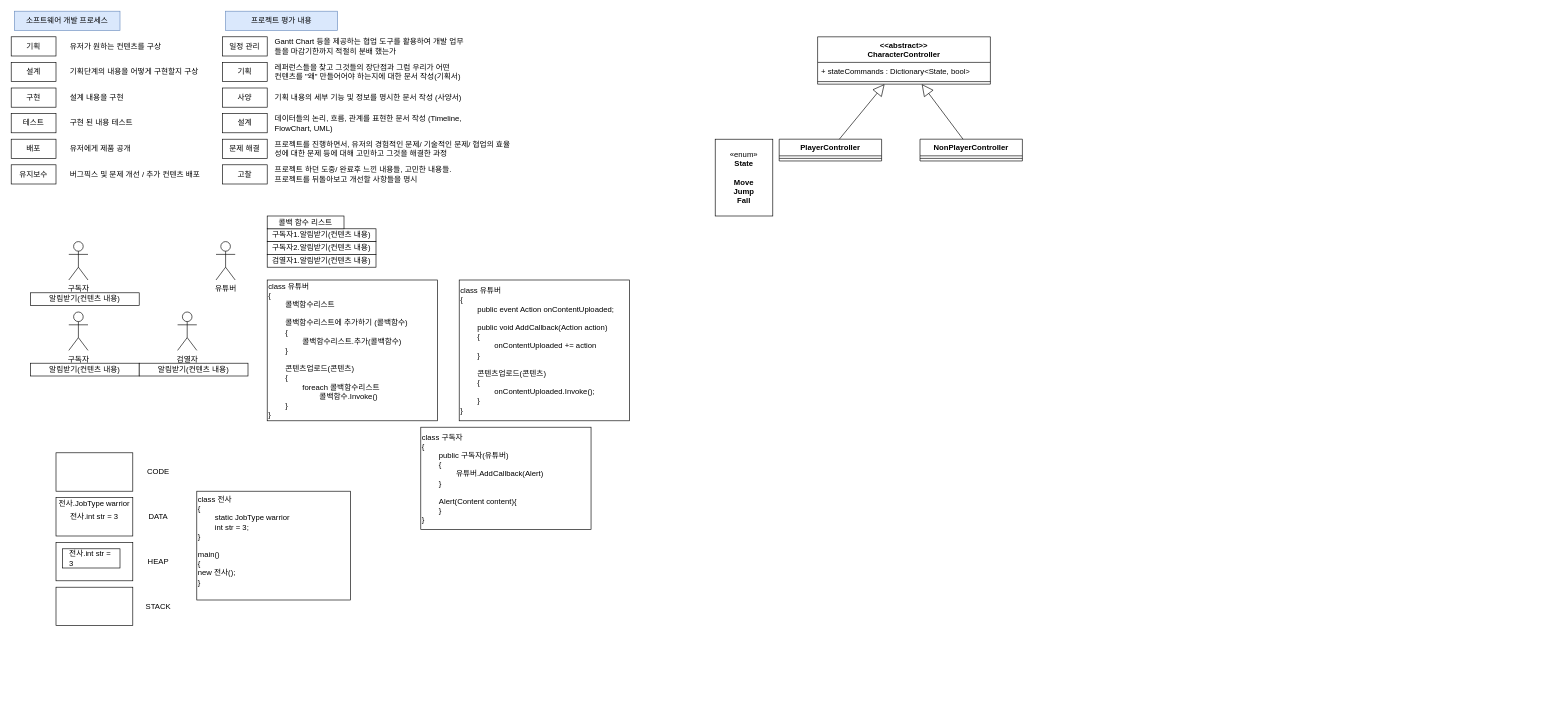
The draw.io diagram ProjectProcess.drawio in luke-youngmin-cho/ETL_Unity10th, before the edit. Source tidied: cells renumbered, new cells numbered last; positions are measured from the earlier drawing's top-left corner, leaving out a move shared by most shapes. Both pictures are drawn from the tidied source at 64%, with x=0, y=0 at pixel (11, 11).
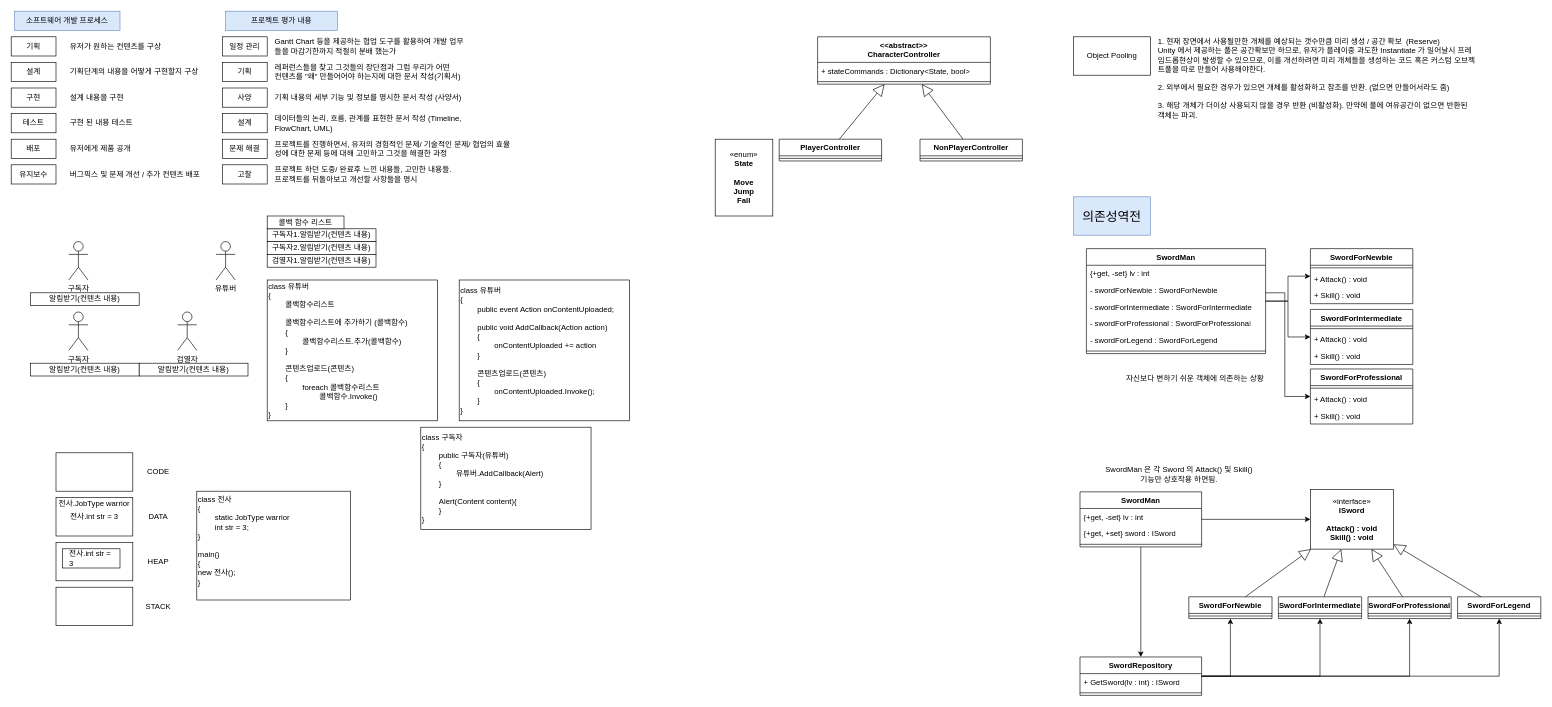
The same diagram, later.

Change to the diagram source:
```diff
@@
+    <mxCell id="65" value="Object Pooling" style="rounded=0;whiteSpace=wrap;html=1;" parent="1" vertex="1">
+      <mxGeometry x="1660" y="40" width="120" height="60" as="geometry" />
+    </mxCell>
+    <mxCell id="66" value="1. 현재 장면에서 사용될만한 개체를 예상되는 갯수만큼 미리 생성 / 공간 확보&amp;nbsp; (Reserve)&lt;div&gt;Unity 에서 제공하는 풀은 공간확보만 하므로, 유저가 플레이중 과도한 Instantiate 가 일어날시 프레임드롭현상이 발생할 수 있으므로, 이를 개선하려면 미리 개체들을 생성하는 코드 혹은 커스텀 오브젝트풀을 따로 만들어 사용해야한다.&lt;/div&gt;&lt;div&gt;&lt;br&gt;&lt;div&gt;2. 외부에서 필요한 경우가 있으면 개체를 활성화하고 참조를 반환. (없으면 만들어서라도 줌)&lt;/div&gt;&lt;div&gt;&lt;br&gt;&lt;/div&gt;&lt;div&gt;3. 해당 개체가 더이상 사용되지 않을 경우 반환 (비활성화). 만약에 풀에 여유공간이 없으면 반환된 객체는 파괴.&lt;/div&gt;&lt;/div&gt;" style="text;html=1;align=left;verticalAlign=middle;whiteSpace=wrap;rounded=0;" parent="1" vertex="1">
+      <mxGeometry x="1790" y="40" width="500" height="130" as="geometry" />
+    </mxCell>
+    <mxCell id="67" style="edgeStyle=orthogonalEdgeStyle;rounded=0;jettySize=auto;html=1;" parent="1" edge="1" source="70" target="77">
+      <mxGeometry relative="1" as="geometry" />
+    </mxCell>
+    <mxCell id="68" style="edgeStyle=orthogonalEdgeStyle;rounded=0;jettySize=auto;html=1;" parent="1" edge="1" source="70" target="81">
+      <mxGeometry relative="1" as="geometry" />
+    </mxCell>
+    <mxCell id="69" style="edgeStyle=orthogonalEdgeStyle;rounded=0;jettySize=auto;html=1;" parent="1" edge="1" source="70" target="85">
+      <mxGeometry relative="1" as="geometry">
+        <Array as="points">
+          <mxPoint x="1990" y="440" />
+          <mxPoint x="1990" y="602" />
+        </Array>
+      </mxGeometry>
+    </mxCell>
+    <mxCell id="70" value="SwordMan" style="swimlane;fontStyle=1;align=center;verticalAlign=top;horizontal=1;startSize=26;whiteSpace=wrap;html=1;" parent="1" vertex="1">
+      <mxGeometry x="1680" y="371" width="280" height="164" as="geometry" />
+    </mxCell>
+    <mxCell id="71" value="{+get, -set} lv : int" style="text;strokeColor=none;fillColor=none;align=left;verticalAlign=top;spacingLeft=4;spacingRight=4;overflow=hidden;whiteSpace=wrap;html=1;" parent="70" vertex="1">
+      <mxGeometry y="26" width="280" height="26" as="geometry" />
+    </mxCell>
+    <mxCell id="72" value="- swordForNewbie : SwordForNewbie" style="text;strokeColor=none;fillColor=none;align=left;verticalAlign=top;spacingLeft=4;spacingRight=4;overflow=hidden;whiteSpace=wrap;html=1;" parent="70" vertex="1">
+      <mxGeometry y="52" width="280" height="26" as="geometry" />
+    </mxCell>
+    <mxCell id="73" value="- swordForIntermediate : SwordForIntermediate" style="text;strokeColor=none;fillColor=none;align=left;verticalAlign=top;spacingLeft=4;spacingRight=4;overflow=hidden;whiteSpace=wrap;html=1;" parent="70" vertex="1">
+      <mxGeometry y="78" width="280" height="26" as="geometry" />
+    </mxCell>
+    <mxCell id="74" value="- swordForProfessional : SwordForProfessional" style="text;strokeColor=none;fillColor=none;align=left;verticalAlign=top;spacingLeft=4;spacingRight=4;overflow=hidden;whiteSpace=wrap;html=1;" parent="70" vertex="1">
+      <mxGeometry y="104" width="280" height="26" as="geometry" />
+    </mxCell>
+    <mxCell id="75" value="- swordForLegend : SwordForLegend" style="text;strokeColor=none;fillColor=none;align=left;verticalAlign=top;spacingLeft=4;spacingRight=4;overflow=hidden;whiteSpace=wrap;html=1;" parent="70" vertex="1">
+      <mxGeometry y="130" width="280" height="26" as="geometry" />
+    </mxCell>
+    <mxCell id="76" style="line;strokeWidth=1;fillColor=none;align=left;verticalAlign=middle;spacingTop=-1;spacingLeft=3;spacingRight=3;labelPosition=right;strokeColor=inherit;" parent="70" vertex="1">
+      <mxGeometry y="156" width="280" height="8" as="geometry" />
+    </mxCell>
+    <mxCell id="77" value="SwordForNewbie" style="swimlane;fontStyle=1;align=center;verticalAlign=top;horizontal=1;startSize=26;whiteSpace=wrap;html=1;" parent="1" vertex="1">
+      <mxGeometry x="2030" y="371" width="160" height="86" as="geometry" />
+    </mxCell>
+    <mxCell id="78" style="line;strokeWidth=1;fillColor=none;align=left;verticalAlign=middle;spacingTop=-1;spacingLeft=3;spacingRight=3;labelPosition=right;strokeColor=inherit;" parent="77" vertex="1">
+      <mxGeometry y="26" width="160" height="8" as="geometry" />
+    </mxCell>
+    <mxCell id="79" value="+ Attack() : void" style="text;strokeColor=none;fillColor=none;align=left;verticalAlign=top;spacingLeft=4;spacingRight=4;overflow=hidden;whiteSpace=wrap;html=1;" parent="77" vertex="1">
+      <mxGeometry y="34" width="160" height="26" as="geometry" />
+    </mxCell>
+    <mxCell id="80" value="+ Skill() : void" style="text;strokeColor=none;fillColor=none;align=left;verticalAlign=top;spacingLeft=4;spacingRight=4;overflow=hidden;whiteSpace=wrap;html=1;" parent="77" vertex="1">
+      <mxGeometry y="60" width="160" height="26" as="geometry" />
+    </mxCell>
+    <mxCell id="81" value="SwordForIntermediate" style="swimlane;fontStyle=1;align=center;verticalAlign=top;horizontal=1;startSize=26;whiteSpace=wrap;html=1;" parent="1" vertex="1">
+      <mxGeometry x="2030" y="466" width="160" height="86" as="geometry" />
+    </mxCell>
+    <mxCell id="82" style="line;strokeWidth=1;fillColor=none;align=left;verticalAlign=middle;spacingTop=-1;spacingLeft=3;spacingRight=3;labelPosition=right;strokeColor=inherit;" parent="81" vertex="1">
+      <mxGeometry y="26" width="160" height="8" as="geometry" />
+    </mxCell>
+    <mxCell id="83" value="+ Attack() : void" style="text;strokeColor=none;fillColor=none;align=left;verticalAlign=top;spacingLeft=4;spacingRight=4;overflow=hidden;whiteSpace=wrap;html=1;" parent="81" vertex="1">
+      <mxGeometry y="34" width="160" height="26" as="geometry" />
+    </mxCell>
+    <mxCell id="84" value="+ Skill() : void" style="text;strokeColor=none;fillColor=none;align=left;verticalAlign=top;spacingLeft=4;spacingRight=4;overflow=hidden;whiteSpace=wrap;html=1;" parent="81" vertex="1">
+      <mxGeometry y="60" width="160" height="26" as="geometry" />
+    </mxCell>
+    <mxCell id="85" value="SwordForProfessional" style="swimlane;fontStyle=1;align=center;verticalAlign=top;horizontal=1;startSize=26;whiteSpace=wrap;html=1;" parent="1" vertex="1">
+      <mxGeometry x="2030" y="559" width="160" height="86" as="geometry" />
+    </mxCell>
+    <mxCell id="86" style="line;strokeWidth=1;fillColor=none;align=left;verticalAlign=middle;spacingTop=-1;spacingLeft=3;spacingRight=3;labelPosition=right;strokeColor=inherit;" parent="85" vertex="1">
+      <mxGeometry y="26" width="160" height="8" as="geometry" />
+    </mxCell>
+    <mxCell id="87" value="+ Attack() : void" style="text;strokeColor=none;fillColor=none;align=left;verticalAlign=top;spacingLeft=4;spacingRight=4;overflow=hidden;whiteSpace=wrap;html=1;" parent="85" vertex="1">
+      <mxGeometry y="34" width="160" height="26" as="geometry" />
+    </mxCell>
+    <mxCell id="88" value="+ Skill() : void" style="text;strokeColor=none;fillColor=none;align=left;verticalAlign=top;spacingLeft=4;spacingRight=4;overflow=hidden;whiteSpace=wrap;html=1;" parent="85" vertex="1">
+      <mxGeometry y="60" width="160" height="26" as="geometry" />
+    </mxCell>
+    <mxCell id="89" value="자신보다 변하기 쉬운 객체에 의존하는 상황" style="text;html=1;align=center;verticalAlign=middle;whiteSpace=wrap;rounded=0;" parent="1" vertex="1">
+      <mxGeometry x="1720" y="559" width="260" height="30" as="geometry" />
+    </mxCell>
+    <mxCell id="90" value="SwordMan 은 각 Sword 의 Attack() 및 Skill()&lt;div&gt;기능만 상호작용 하면됨.&lt;/div&gt;" style="text;html=1;align=center;verticalAlign=middle;whiteSpace=wrap;rounded=0;" parent="1" vertex="1">
+      <mxGeometry x="1690" y="700" width="270" height="47.5" as="geometry" />
+    </mxCell>
+    <mxCell id="91" value="«interface»&lt;br&gt;&lt;b&gt;ISword&lt;/b&gt;&lt;div&gt;&lt;b&gt;&lt;br&gt;&lt;/b&gt;&lt;/div&gt;&lt;div&gt;&lt;b&gt;Attack() : void&lt;/b&gt;&lt;/div&gt;&lt;div&gt;&lt;b&gt;Skill() : void&lt;/b&gt;&lt;/div&gt;" style="html=1;whiteSpace=wrap;" parent="1" vertex="1">
+      <mxGeometry x="2030" y="747.5" width="130" height="93" as="geometry" />
+    </mxCell>
+    <mxCell id="92" value="SwordForNewbie" style="swimlane;fontStyle=1;align=center;verticalAlign=top;horizontal=1;startSize=26;whiteSpace=wrap;html=1;" parent="1" vertex="1">
+      <mxGeometry x="1840" y="915" width="130" height="34" as="geometry" />
+    </mxCell>
+    <mxCell id="93" style="line;strokeWidth=1;fillColor=none;align=left;verticalAlign=middle;spacingTop=-1;spacingLeft=3;spacingRight=3;labelPosition=right;strokeColor=inherit;" parent="92" vertex="1">
+      <mxGeometry y="26" width="130" height="8" as="geometry" />
+    </mxCell>
+    <mxCell id="94" style="endArrow=block;endSize=16;endFill=0;html=1;rounded=0;" parent="1" edge="1" source="92" target="91">
+      <mxGeometry relative="1" as="geometry" />
+    </mxCell>
+    <mxCell id="95" value="SwordForIntermediate" style="swimlane;fontStyle=1;align=center;verticalAlign=top;horizontal=1;startSize=26;whiteSpace=wrap;html=1;" parent="1" vertex="1">
+      <mxGeometry x="1980" y="915" width="130" height="34" as="geometry" />
+    </mxCell>
+    <mxCell id="96" style="line;strokeWidth=1;fillColor=none;align=left;verticalAlign=middle;spacingTop=-1;spacingLeft=3;spacingRight=3;labelPosition=right;strokeColor=inherit;" parent="95" vertex="1">
+      <mxGeometry y="26" width="130" height="8" as="geometry" />
+    </mxCell>
+    <mxCell id="97" value="SwordForProfessional" style="swimlane;fontStyle=1;align=center;verticalAlign=top;horizontal=1;startSize=26;whiteSpace=wrap;html=1;" parent="1" vertex="1">
+      <mxGeometry x="2120" y="915" width="130" height="34" as="geometry" />
+    </mxCell>
+    <mxCell id="98" style="line;strokeWidth=1;fillColor=none;align=left;verticalAlign=middle;spacingTop=-1;spacingLeft=3;spacingRight=3;labelPosition=right;strokeColor=inherit;" parent="97" vertex="1">
+      <mxGeometry y="26" width="130" height="8" as="geometry" />
+    </mxCell>
+    <mxCell id="99" value="SwordForLegend" style="swimlane;fontStyle=1;align=center;verticalAlign=top;horizontal=1;startSize=26;whiteSpace=wrap;html=1;" parent="1" vertex="1">
+      <mxGeometry x="2260" y="915" width="130" height="34" as="geometry" />
+    </mxCell>
+    <mxCell id="100" style="line;strokeWidth=1;fillColor=none;align=left;verticalAlign=middle;spacingTop=-1;spacingLeft=3;spacingRight=3;labelPosition=right;strokeColor=inherit;" parent="99" vertex="1">
+      <mxGeometry y="26" width="130" height="8" as="geometry" />
+    </mxCell>
+    <mxCell id="101" style="endArrow=block;endSize=16;endFill=0;html=1;rounded=0;" parent="1" edge="1" source="95" target="91">
+      <mxGeometry relative="1" as="geometry" />
+    </mxCell>
+    <mxCell id="102" style="endArrow=block;endSize=16;endFill=0;html=1;rounded=0;" parent="1" edge="1" source="97" target="91">
+      <mxGeometry relative="1" as="geometry" />
+    </mxCell>
+    <mxCell id="103" style="endArrow=block;endSize=16;endFill=0;html=1;rounded=0;" parent="1" edge="1" source="99" target="91">
+      <mxGeometry relative="1" as="geometry" />
+    </mxCell>
+    <mxCell id="104" style="edgeStyle=orthogonalEdgeStyle;rounded=0;jettySize=auto;html=1;" parent="1" edge="1" source="106" target="91">
+      <mxGeometry relative="1" as="geometry" />
+    </mxCell>
+    <mxCell id="105" style="edgeStyle=orthogonalEdgeStyle;rounded=0;jettySize=auto;html=1;entryX=0.5;entryY=0;entryDx=0;entryDy=0;" parent="1" edge="1" source="106" target="114">
+      <mxGeometry relative="1" as="geometry" />
+    </mxCell>
+    <mxCell id="106" value="SwordMan" style="swimlane;fontStyle=1;align=center;verticalAlign=top;horizontal=1;startSize=26;whiteSpace=wrap;html=1;" parent="1" vertex="1">
+      <mxGeometry x="1670" y="751" width="190" height="86" as="geometry" />
+    </mxCell>
+    <mxCell id="107" value="{+get, -set} lv : int" style="text;strokeColor=none;fillColor=none;align=left;verticalAlign=top;spacingLeft=4;spacingRight=4;overflow=hidden;whiteSpace=wrap;html=1;" parent="106" vertex="1">
+      <mxGeometry y="26" width="190" height="26" as="geometry" />
+    </mxCell>
+    <mxCell id="108" value="{+get, +set} sword : ISword" style="text;strokeColor=none;fillColor=none;align=left;verticalAlign=top;spacingLeft=4;spacingRight=4;overflow=hidden;whiteSpace=wrap;html=1;" parent="106" vertex="1">
+      <mxGeometry y="52" width="190" height="26" as="geometry" />
+    </mxCell>
+    <mxCell id="109" style="line;strokeWidth=1;fillColor=none;align=left;verticalAlign=middle;spacingTop=-1;spacingLeft=3;spacingRight=3;labelPosition=right;strokeColor=inherit;" parent="106" vertex="1">
+      <mxGeometry y="78" width="190" height="8" as="geometry" />
+    </mxCell>
+    <mxCell id="110" style="edgeStyle=orthogonalEdgeStyle;rounded=0;jettySize=auto;html=1;" parent="1" edge="1" source="114" target="92">
+      <mxGeometry relative="1" as="geometry">
+        <Array as="points">
+          <mxPoint x="1905" y="1039" />
+        </Array>
+      </mxGeometry>
+    </mxCell>
+    <mxCell id="111" style="edgeStyle=orthogonalEdgeStyle;rounded=0;jettySize=auto;html=1;" parent="1" edge="1" source="114" target="95">
+      <mxGeometry relative="1" as="geometry" />
+    </mxCell>
+    <mxCell id="112" style="edgeStyle=orthogonalEdgeStyle;rounded=0;jettySize=auto;html=1;" parent="1" edge="1" source="114" target="97">
+      <mxGeometry relative="1" as="geometry" />
+    </mxCell>
+    <mxCell id="113" style="edgeStyle=orthogonalEdgeStyle;rounded=0;jettySize=auto;html=1;" parent="1" edge="1" source="114" target="99">
+      <mxGeometry relative="1" as="geometry" />
+    </mxCell>
+    <mxCell id="114" value="SwordRepository" style="swimlane;fontStyle=1;align=center;verticalAlign=top;horizontal=1;startSize=26;whiteSpace=wrap;html=1;" parent="1" vertex="1">
+      <mxGeometry x="1670" y="1009" width="190" height="60" as="geometry" />
+    </mxCell>
+    <mxCell id="115" value="+ GetSword(lv : int) : ISword" style="text;strokeColor=none;fillColor=none;align=left;verticalAlign=top;spacingLeft=4;spacingRight=4;overflow=hidden;whiteSpace=wrap;html=1;" parent="114" vertex="1">
+      <mxGeometry y="26" width="190" height="26" as="geometry" />
+    </mxCell>
+    <mxCell id="116" style="line;strokeWidth=1;fillColor=none;align=left;verticalAlign=middle;spacingTop=-1;spacingLeft=3;spacingRight=3;labelPosition=right;strokeColor=inherit;" parent="114" vertex="1">
+      <mxGeometry y="52" width="190" height="8" as="geometry" />
+    </mxCell>
+    <mxCell id="117" value="의존성역전" style="rounded=0;whiteSpace=wrap;html=1;fontSize=20;fillColor=#dae8fc;strokeColor=#6c8ebf;" parent="1" vertex="1">
+      <mxGeometry x="1660" y="290" width="120" height="60" as="geometry" />
+    </mxCell>
```
